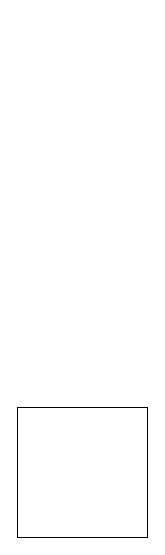
samuelogboye/alx-system_engineering-devops keeps this draw.io diagram as 0x09-web_infrastructure_design/0-simple_web_stack.drawio. Above is the earlier version. Source tidied: cells renumbered, new cells numbered last; positions are measured from the earlier drawing's top-left corner, leaving out a move shared by most shapes. Both pictures are drawn from the tidied source at 100%, with x=0, y=0 at pixel (17, 407).
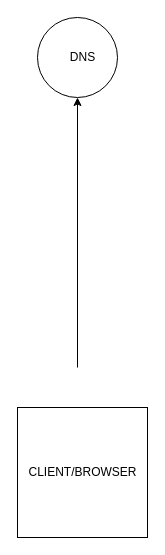
Above is the later version.

What changed in the source:
```diff
@@
 <mxGraphModel>
   <root>
     <mxCell id="0" />
     <mxCell id="1" parent="0" />
     <mxCell id="2" style="whiteSpace=wrap;html=1;" parent="1" vertex="1">
       <mxGeometry width="130" height="130" as="geometry" />
     </mxCell>
+    <mxCell id="3" value="CLIENT/BROWSER" style="text;strokeColor=none;align=center;fillColor=none;html=1;verticalAlign=middle;whiteSpace=wrap;rounded=0;" parent="1" vertex="1">
+      <mxGeometry x="37.5" y="40" width="55" height="50" as="geometry" />
+    </mxCell>
+    <mxCell id="4" style="endArrow=classic;html=1;rounded=0;" parent="1" edge="1" target="5">
+      <mxGeometry relative="1" as="geometry">
+        <mxPoint x="60" y="-40" as="sourcePoint" />
+      </mxGeometry>
+    </mxCell>
+    <mxCell id="5" style="ellipse;whiteSpace=wrap;html=1;" parent="1" vertex="1">
+      <mxGeometry x="20" y="-390" width="80" height="80" as="geometry" />
+    </mxCell>
+    <mxCell id="6" value="DNS" style="text;strokeColor=none;align=center;fillColor=none;html=1;verticalAlign=middle;whiteSpace=wrap;rounded=0;" parent="1" vertex="1">
+      <mxGeometry x="22.5" y="-370" width="85" height="40" as="geometry" />
+    </mxCell>
   </root>
 </mxGraphModel>
```
